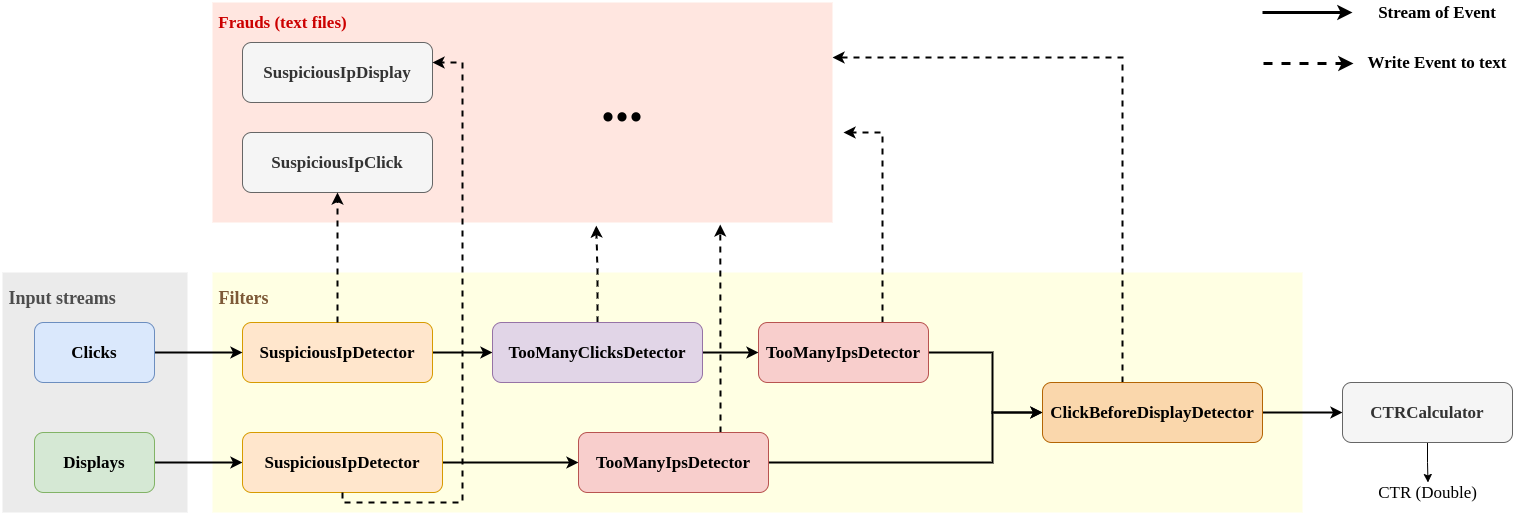
IsraMekki/ClickFraudDetection keeps this draw.io diagram as test_results/CFD.png. Above is the earlier version. Source tidied: cells renumbered, new cells last; positions are measured from the earlier drawing's top-left corner, leaving out a move shared by most shapes. Its diagram source:
```xml
<mxGraphModel>
  <root>
    <mxCell id="0" />
    <mxCell id="1" parent="0" />
    <mxCell id="2" value="&lt;div&gt;&lt;span&gt;&lt;font style=&quot;font-size: 18px&quot; color=&quot;#7d5937&quot;&gt;&amp;nbsp;Filters&lt;/font&gt;&lt;/span&gt;&lt;/div&gt;&lt;div&gt;&lt;span&gt;&lt;font style=&quot;font-size: 18px&quot; color=&quot;#7d5937&quot;&gt;&lt;br&gt;&lt;/font&gt;&lt;/span&gt;&lt;/div&gt;&lt;div&gt;&lt;span&gt;&lt;font style=&quot;font-size: 18px&quot; color=&quot;#7d5937&quot;&gt;&lt;br&gt;&lt;/font&gt;&lt;/span&gt;&lt;/div&gt;&lt;div&gt;&lt;span&gt;&lt;font style=&quot;font-size: 18px&quot; color=&quot;#7d5937&quot;&gt;&lt;br&gt;&lt;/font&gt;&lt;/span&gt;&lt;/div&gt;&lt;div&gt;&lt;span&gt;&lt;font style=&quot;font-size: 18px&quot; color=&quot;#7d5937&quot;&gt;&lt;br&gt;&lt;/font&gt;&lt;/span&gt;&lt;/div&gt;&lt;div&gt;&lt;span&gt;&lt;font style=&quot;font-size: 18px&quot; color=&quot;#7d5937&quot;&gt;&lt;br&gt;&lt;/font&gt;&lt;/span&gt;&lt;/div&gt;&lt;div&gt;&lt;span&gt;&lt;font style=&quot;font-size: 18px&quot; color=&quot;#7d5937&quot;&gt;&lt;br&gt;&lt;/font&gt;&lt;/span&gt;&lt;/div&gt;&lt;div&gt;&lt;span&gt;&lt;font style=&quot;font-size: 18px&quot; color=&quot;#7d5937&quot;&gt;&lt;br&gt;&lt;/font&gt;&lt;/span&gt;&lt;/div&gt;&lt;div&gt;&lt;span&gt;&lt;font style=&quot;font-size: 18px&quot; color=&quot;#7d5937&quot;&gt;&lt;br&gt;&lt;/font&gt;&lt;/span&gt;&lt;/div&gt;&lt;div&gt;&lt;br&gt;&lt;/div&gt;" style="rounded=0;whiteSpace=wrap;html=1;fontFamily=Garamond;fontSize=17;dashed=1;strokeWidth=5;align=left;fontStyle=1;strokeColor=none;fillColor=#FFFFE3;" parent="1" vertex="1">
      <mxGeometry x="210" y="270" width="1090" height="240" as="geometry" />
    </mxCell>
    <mxCell id="3" value="&lt;div&gt;&lt;span&gt;&lt;font style=&quot;font-size: 18px&quot; color=&quot;#4d4d4d&quot;&gt;&amp;nbsp;Input streams&lt;/font&gt;&lt;/span&gt;&lt;/div&gt;&lt;div&gt;&lt;span&gt;&lt;font style=&quot;font-size: 18px&quot; color=&quot;#4d4d4d&quot;&gt;&lt;br&gt;&lt;/font&gt;&lt;/span&gt;&lt;/div&gt;&lt;div&gt;&lt;span&gt;&lt;font style=&quot;font-size: 18px&quot; color=&quot;#4d4d4d&quot;&gt;&lt;br&gt;&lt;/font&gt;&lt;/span&gt;&lt;/div&gt;&lt;div&gt;&lt;span&gt;&lt;font style=&quot;font-size: 18px&quot; color=&quot;#4d4d4d&quot;&gt;&lt;br&gt;&lt;/font&gt;&lt;/span&gt;&lt;/div&gt;&lt;div&gt;&lt;span&gt;&lt;font style=&quot;font-size: 18px&quot; color=&quot;#4d4d4d&quot;&gt;&lt;br&gt;&lt;/font&gt;&lt;/span&gt;&lt;/div&gt;&lt;div&gt;&lt;span&gt;&lt;font style=&quot;font-size: 18px&quot; color=&quot;#4d4d4d&quot;&gt;&lt;br&gt;&lt;/font&gt;&lt;/span&gt;&lt;/div&gt;&lt;div&gt;&lt;span&gt;&lt;font style=&quot;font-size: 18px&quot; color=&quot;#4d4d4d&quot;&gt;&lt;br&gt;&lt;/font&gt;&lt;/span&gt;&lt;/div&gt;&lt;div&gt;&lt;span&gt;&lt;font style=&quot;font-size: 18px&quot; color=&quot;#4d4d4d&quot;&gt;&lt;br&gt;&lt;/font&gt;&lt;/span&gt;&lt;/div&gt;&lt;div&gt;&lt;span&gt;&lt;font style=&quot;font-size: 18px&quot; color=&quot;#4d4d4d&quot;&gt;&lt;br&gt;&lt;/font&gt;&lt;/span&gt;&lt;/div&gt;&lt;div&gt;&lt;br&gt;&lt;/div&gt;" style="rounded=0;whiteSpace=wrap;html=1;fontFamily=Garamond;fontSize=17;dashed=1;fillColor=#EBEBEB;strokeWidth=5;align=left;fontStyle=1;strokeColor=none;" parent="1" vertex="1">
      <mxGeometry y="270" width="185" height="240" as="geometry" />
    </mxCell>
    <mxCell id="4" style="edgeStyle=orthogonalEdgeStyle;rounded=0;jettySize=auto;html=1;fontSize=17;fontFamily=Garamond;strokeWidth=2;fontStyle=1;" parent="1" edge="1" source="5" target="8">
      <mxGeometry relative="1" as="geometry" />
    </mxCell>
    <mxCell id="5" value="SuspiciousIpDetector" style="rounded=1;whiteSpace=wrap;html=1;fontSize=17;fontFamily=Garamond;fillColor=#ffe6cc;strokeColor=#d79b00;fontStyle=1;" parent="1" vertex="1">
      <mxGeometry x="240" y="320" width="190" height="60" as="geometry" />
    </mxCell>
    <mxCell id="6" style="edgeStyle=orthogonalEdgeStyle;rounded=0;jettySize=auto;html=1;exitX=1;exitY=0.5;exitDx=0;exitDy=0;fontSize=17;fontFamily=Garamond;strokeWidth=2;fontStyle=1;" parent="1" edge="1" source="8" target="11">
      <mxGeometry relative="1" as="geometry" />
    </mxCell>
    <mxCell id="7" style="edgeStyle=orthogonalEdgeStyle;rounded=0;jettySize=auto;html=1;entryX=0.619;entryY=1.014;entryDx=0;entryDy=0;entryPerimeter=0;dashed=1;fontFamily=Garamond;fontSize=17;strokeWidth=2;fontStyle=1;" parent="1" edge="1" source="8" target="26">
      <mxGeometry relative="1" as="geometry" />
    </mxCell>
    <mxCell id="8" value="TooManyClicksDetector" style="rounded=1;whiteSpace=wrap;html=1;fontSize=17;fontFamily=Garamond;fillColor=#e1d5e7;strokeColor=#9673a6;fontStyle=1;" parent="1" vertex="1">
      <mxGeometry x="490" y="320" width="210" height="60" as="geometry" />
    </mxCell>
    <mxCell id="9" style="edgeStyle=orthogonalEdgeStyle;rounded=0;jettySize=auto;html=1;entryX=0;entryY=0.5;entryDx=0;entryDy=0;fontSize=17;fontFamily=Garamond;strokeWidth=2;fontStyle=1;" parent="1" edge="1" source="11" target="14">
      <mxGeometry relative="1" as="geometry">
        <Array as="points">
          <mxPoint x="990" y="350" />
          <mxPoint x="990" y="410" />
        </Array>
      </mxGeometry>
    </mxCell>
    <mxCell id="10" style="edgeStyle=orthogonalEdgeStyle;rounded=0;jettySize=auto;html=1;dashed=1;fontFamily=Garamond;fontSize=17;strokeWidth=2;fontStyle=1;" parent="1" edge="1" source="11">
      <mxGeometry relative="1" as="geometry">
        <mxPoint x="841" y="130" as="targetPoint" />
        <Array as="points">
          <mxPoint x="880" y="130" />
        </Array>
      </mxGeometry>
    </mxCell>
    <mxCell id="11" value="TooManyIpsDetector" style="rounded=1;whiteSpace=wrap;html=1;fontSize=17;fontFamily=Garamond;fillColor=#f8cecc;strokeColor=#b85450;fontStyle=1;" parent="1" vertex="1">
      <mxGeometry x="756" y="320" width="170" height="60" as="geometry" />
    </mxCell>
    <mxCell id="12" style="edgeStyle=orthogonalEdgeStyle;rounded=0;jettySize=auto;html=1;entryX=0;entryY=0.5;entryDx=0;entryDy=0;fontSize=17;fontFamily=Garamond;fontStyle=1;strokeWidth=2;" parent="1" edge="1" source="14" target="25">
      <mxGeometry relative="1" as="geometry" />
    </mxCell>
    <mxCell id="13" style="edgeStyle=orthogonalEdgeStyle;rounded=0;jettySize=auto;html=1;entryX=1;entryY=0.25;entryDx=0;entryDy=0;dashed=1;fontFamily=Garamond;fontSize=17;strokeWidth=2;fontStyle=1;" parent="1" edge="1" source="14" target="26">
      <mxGeometry relative="1" as="geometry">
        <Array as="points">
          <mxPoint x="1120" y="55" />
        </Array>
      </mxGeometry>
    </mxCell>
    <mxCell id="14" value="ClickBeforeDisplayDetector" style="rounded=1;whiteSpace=wrap;html=1;fontSize=17;fontFamily=Garamond;fillColor=#fad7ac;strokeColor=#b46504;fontStyle=1;" parent="1" vertex="1">
      <mxGeometry x="1040" y="380" width="220" height="60" as="geometry" />
    </mxCell>
    <mxCell id="15" style="edgeStyle=orthogonalEdgeStyle;rounded=0;jettySize=auto;html=1;fontSize=17;fontFamily=Garamond;strokeWidth=2;fontStyle=1;" parent="1" edge="1" source="16" target="5">
      <mxGeometry relative="1" as="geometry" />
    </mxCell>
    <mxCell id="16" value="Clicks" style="rounded=1;whiteSpace=wrap;html=1;fontSize=17;fontFamily=Garamond;fillColor=#dae8fc;strokeColor=#6c8ebf;fontStyle=1;" parent="1" vertex="1">
      <mxGeometry x="32" y="320" width="120" height="60" as="geometry" />
    </mxCell>
    <mxCell id="17" style="edgeStyle=orthogonalEdgeStyle;rounded=0;jettySize=auto;html=1;fontSize=17;fontFamily=Garamond;strokeWidth=2;fontStyle=1;" parent="1" edge="1" source="18" target="20">
      <mxGeometry relative="1" as="geometry" />
    </mxCell>
    <mxCell id="18" value="Displays" style="rounded=1;whiteSpace=wrap;html=1;fontSize=17;fontFamily=Garamond;fillColor=#d5e8d4;strokeColor=#82b366;fontStyle=1;" parent="1" vertex="1">
      <mxGeometry x="32" y="430" width="120" height="60" as="geometry" />
    </mxCell>
    <mxCell id="19" style="edgeStyle=orthogonalEdgeStyle;rounded=0;jettySize=auto;html=1;entryX=0;entryY=0.5;entryDx=0;entryDy=0;fontFamily=Garamond;fontSize=17;strokeWidth=2;fontStyle=1;" parent="1" edge="1" source="20" target="23">
      <mxGeometry relative="1" as="geometry" />
    </mxCell>
    <mxCell id="20" value="SuspiciousIpDetector" style="rounded=1;whiteSpace=wrap;html=1;fontSize=17;fontFamily=Garamond;fillColor=#ffe6cc;strokeColor=#d79b00;fontStyle=1;" parent="1" vertex="1">
      <mxGeometry x="240" y="430" width="200" height="60" as="geometry" />
    </mxCell>
    <mxCell id="21" style="edgeStyle=orthogonalEdgeStyle;rounded=0;jettySize=auto;html=1;fontFamily=Garamond;fontSize=17;strokeWidth=2;fontStyle=1;" parent="1" edge="1" source="23" target="14">
      <mxGeometry relative="1" as="geometry">
        <Array as="points">
          <mxPoint x="990" y="460" />
          <mxPoint x="990" y="410" />
        </Array>
      </mxGeometry>
    </mxCell>
    <mxCell id="22" style="edgeStyle=orthogonalEdgeStyle;rounded=0;jettySize=auto;html=1;entryX=0.819;entryY=1.009;entryDx=0;entryDy=0;entryPerimeter=0;dashed=1;fontFamily=Garamond;fontSize=17;strokeWidth=2;fontStyle=1;" parent="1" edge="1" source="23" target="26">
      <mxGeometry relative="1" as="geometry">
        <Array as="points">
          <mxPoint x="718" y="380" />
          <mxPoint x="718" y="380" />
        </Array>
      </mxGeometry>
    </mxCell>
    <mxCell id="23" value="TooManyIpsDetector" style="rounded=1;whiteSpace=wrap;html=1;fontSize=17;fontFamily=Garamond;fillColor=#f8cecc;strokeColor=#b85450;fontStyle=1;" parent="1" vertex="1">
      <mxGeometry x="576" y="430" width="190" height="60" as="geometry" />
    </mxCell>
    <mxCell id="24" style="edgeStyle=orthogonalEdgeStyle;rounded=0;jettySize=auto;html=1;entryX=0.5;entryY=0;entryDx=0;entryDy=0;fontFamily=Garamond;fontSize=17;strokeWidth=1;" parent="1" edge="1" source="25" target="32">
      <mxGeometry relative="1" as="geometry" />
    </mxCell>
    <mxCell id="25" value="CTRCalculator" style="rounded=1;whiteSpace=wrap;html=1;fontSize=17;fontFamily=Garamond;fillColor=#f5f5f5;strokeColor=#666666;fontColor=#333333;fontStyle=1;" parent="1" vertex="1">
      <mxGeometry x="1340" y="380" width="170" height="60" as="geometry" />
    </mxCell>
    <mxCell id="26" value="&lt;span&gt;&lt;font color=&quot;#cc0000&quot;&gt;&amp;nbsp;Frauds (text files)&lt;br&gt;&lt;br&gt;&lt;br&gt;&lt;br&gt;&lt;br&gt;&lt;br&gt;&lt;br&gt;&lt;br&gt;&lt;br&gt;&amp;nbsp;&lt;br&gt;&lt;/font&gt;&lt;/span&gt;" style="rounded=0;whiteSpace=wrap;html=1;dashed=1;fontFamily=Garamond;fontSize=17;strokeWidth=5;align=left;fontStyle=1;strokeColor=none;fillColor=#FFE6E0;" parent="1" vertex="1">
      <mxGeometry x="210" width="620" height="220" as="geometry" />
    </mxCell>
    <mxCell id="27" value="SuspiciousIpClick" style="rounded=1;whiteSpace=wrap;html=1;fontSize=17;fontFamily=Garamond;fillColor=#f5f5f5;strokeColor=#666666;fontColor=#333333;fontStyle=1;" parent="1" vertex="1">
      <mxGeometry x="240" y="130" width="190" height="60" as="geometry" />
    </mxCell>
    <mxCell id="28" value="SuspiciousIpDisplay" style="rounded=1;whiteSpace=wrap;html=1;fontSize=17;fontFamily=Garamond;fillColor=#f5f5f5;strokeColor=#666666;fontColor=#333333;fontStyle=1;" parent="1" vertex="1">
      <mxGeometry x="240" y="40" width="190" height="60" as="geometry" />
    </mxCell>
    <mxCell id="29" style="edgeStyle=orthogonalEdgeStyle;rounded=0;jettySize=auto;html=1;dashed=1;fontFamily=Garamond;fontSize=17;strokeWidth=2;fontStyle=1;" parent="1" edge="1" source="20" target="28">
      <mxGeometry relative="1" as="geometry">
        <Array as="points">
          <mxPoint x="340" y="500" />
          <mxPoint x="460" y="500" />
          <mxPoint x="460" y="60" />
        </Array>
      </mxGeometry>
    </mxCell>
    <mxCell id="30" style="edgeStyle=orthogonalEdgeStyle;rounded=0;jettySize=auto;html=1;dashed=1;fontFamily=Garamond;fontSize=17;strokeWidth=2;fontStyle=1;" parent="1" edge="1" source="5" target="27">
      <mxGeometry relative="1" as="geometry" />
    </mxCell>
    <mxCell id="31" value="&lt;font style=&quot;font-size: 56px&quot;&gt;...&lt;/font&gt;" style="text;html=1;strokeColor=none;fillColor=none;align=center;verticalAlign=middle;whiteSpace=wrap;rounded=0;dashed=1;fontFamily=Garamond;fontSize=17;fontStyle=1;" parent="1" vertex="1">
      <mxGeometry x="600" y="90" width="40" height="20" as="geometry" />
    </mxCell>
    <mxCell id="32" value="CTR (Double)" style="text;html=1;strokeColor=none;fillColor=none;align=center;verticalAlign=middle;whiteSpace=wrap;rounded=0;dashed=1;fontFamily=Garamond;fontSize=17;" parent="1" vertex="1">
      <mxGeometry x="1358" y="480" width="135" height="20" as="geometry" />
    </mxCell>
    <mxCell id="33" style="edgeStyle=orthogonalEdgeStyle;rounded=0;orthogonalLoop=1;jettySize=auto;html=1;fontSize=17;fontFamily=Garamond;strokeWidth=3;fontStyle=1;" parent="1" edge="1">
      <mxGeometry relative="1" as="geometry">
        <mxPoint x="1260" y="10" as="sourcePoint" />
        <mxPoint x="1350" y="10" as="targetPoint" />
        <Array as="points">
          <mxPoint x="1280" y="10" />
          <mxPoint x="1280" y="10" />
        </Array>
      </mxGeometry>
    </mxCell>
    <mxCell id="34" style="edgeStyle=orthogonalEdgeStyle;rounded=0;orthogonalLoop=1;jettySize=auto;html=1;fontSize=17;fontFamily=Garamond;strokeWidth=3;fontStyle=1;dashed=1;" parent="1" edge="1">
      <mxGeometry relative="1" as="geometry">
        <mxPoint x="1261" y="61" as="sourcePoint" />
        <mxPoint x="1351" y="61" as="targetPoint" />
        <Array as="points">
          <mxPoint x="1281" y="61" />
          <mxPoint x="1281" y="61" />
        </Array>
      </mxGeometry>
    </mxCell>
    <mxCell id="35" value="&lt;b&gt;Stream of Event&lt;/b&gt;" style="text;html=1;strokeColor=none;fillColor=none;align=center;verticalAlign=middle;whiteSpace=wrap;rounded=0;dashed=1;fontFamily=Garamond;fontSize=17;" parent="1" vertex="1">
      <mxGeometry x="1360" width="150" height="20" as="geometry" />
    </mxCell>
    <mxCell id="36" value="&lt;b&gt;Write Event to text&lt;/b&gt;" style="text;html=1;strokeColor=none;fillColor=none;align=center;verticalAlign=middle;whiteSpace=wrap;rounded=0;dashed=1;fontFamily=Garamond;fontSize=17;" parent="1" vertex="1">
      <mxGeometry x="1360" y="50" width="150" height="20" as="geometry" />
    </mxCell>
  </root>
</mxGraphModel>
```
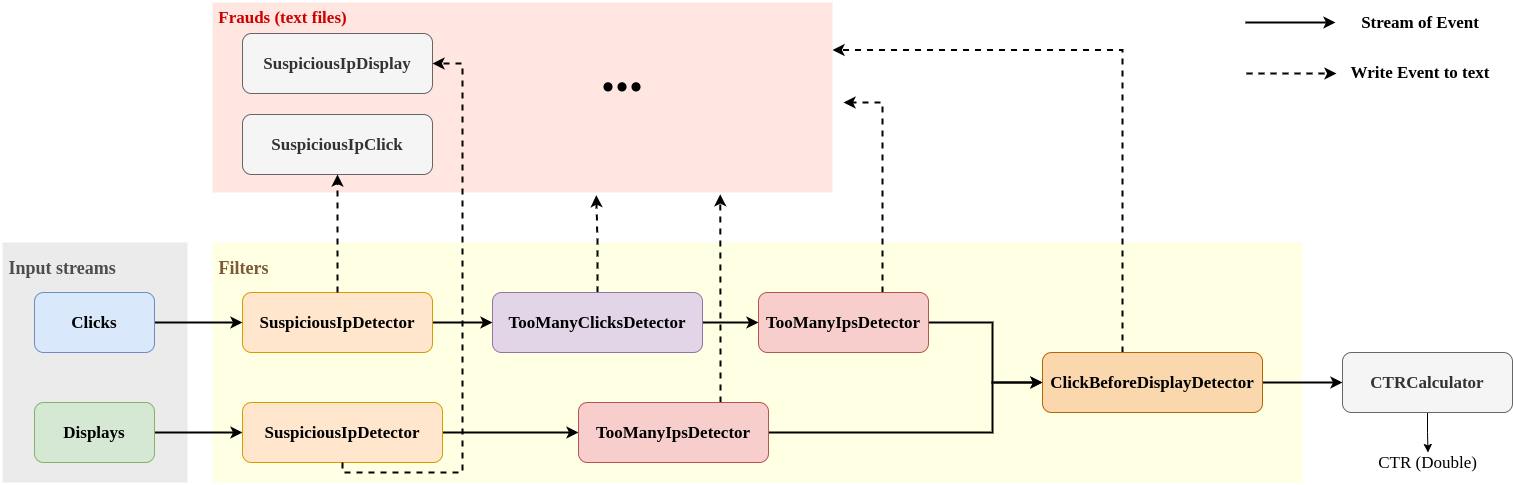
After the commit.

The edit, as a diff of the source:
```diff
@@ -45,10 +45,10 @@
     <mxCell id="12" style="edgeStyle=orthogonalEdgeStyle;rounded=0;jettySize=auto;html=1;entryX=0;entryY=0.5;entryDx=0;entryDy=0;fontSize=17;fontFamily=Garamond;fontStyle=1;strokeWidth=2;" parent="1" edge="1" source="14" target="25">
       <mxGeometry relative="1" as="geometry" />
     </mxCell>
-    <mxCell id="13" style="edgeStyle=orthogonalEdgeStyle;rounded=0;jettySize=auto;html=1;entryX=1;entryY=0.25;entryDx=0;entryDy=0;dashed=1;fontFamily=Garamond;fontSize=17;strokeWidth=2;fontStyle=1;" parent="1" edge="1" source="14" target="26">
+    <mxCell id="13" style="edgeStyle=orthogonalEdgeStyle;rounded=0;jettySize=auto;html=1;entryX=1;entryY=0.25;entryDx=0;entryDy=0;dashed=1;fontFamily=Garamond;fontSize=17;strokeWidth=2;" parent="1" edge="1" source="14" target="26">
       <mxGeometry relative="1" as="geometry">
         <Array as="points">
-          <mxPoint x="1120" y="55" />
+          <mxPoint x="1120" y="77" />
         </Array>
       </mxGeometry>
     </mxCell>
@@ -98,21 +98,21 @@
     <mxCell id="25" value="CTRCalculator" style="rounded=1;whiteSpace=wrap;html=1;fontSize=17;fontFamily=Garamond;fillColor=#f5f5f5;strokeColor=#666666;fontColor=#333333;fontStyle=1;" parent="1" vertex="1">
       <mxGeometry x="1340" y="380" width="170" height="60" as="geometry" />
     </mxCell>
-    <mxCell id="26" value="&lt;span&gt;&lt;font color=&quot;#cc0000&quot;&gt;&amp;nbsp;Frauds (text files)&lt;br&gt;&lt;br&gt;&lt;br&gt;&lt;br&gt;&lt;br&gt;&lt;br&gt;&lt;br&gt;&lt;br&gt;&lt;br&gt;&amp;nbsp;&lt;br&gt;&lt;/font&gt;&lt;/span&gt;" style="rounded=0;whiteSpace=wrap;html=1;dashed=1;fontFamily=Garamond;fontSize=17;strokeWidth=5;align=left;fontStyle=1;strokeColor=none;fillColor=#FFE6E0;" parent="1" vertex="1">
-      <mxGeometry x="210" width="620" height="220" as="geometry" />
+    <mxCell id="26" value="&lt;span&gt;&lt;font color=&quot;#cc0000&quot;&gt;&amp;nbsp;Frauds (text files)&lt;br&gt;&lt;br&gt;&lt;br&gt;&lt;br&gt;&lt;br&gt;&lt;br&gt;&lt;br&gt;&lt;br&gt;&lt;br&gt;&lt;/font&gt;&lt;/span&gt;" style="rounded=0;whiteSpace=wrap;html=1;dashed=1;fontFamily=Garamond;fontSize=17;strokeWidth=5;align=left;fontStyle=1;strokeColor=none;fillColor=#FFE6E0;" parent="1" vertex="1">
+      <mxGeometry x="210" y="30" width="620" height="190" as="geometry" />
     </mxCell>
     <mxCell id="27" value="SuspiciousIpClick" style="rounded=1;whiteSpace=wrap;html=1;fontSize=17;fontFamily=Garamond;fillColor=#f5f5f5;strokeColor=#666666;fontColor=#333333;fontStyle=1;" parent="1" vertex="1">
-      <mxGeometry x="240" y="130" width="190" height="60" as="geometry" />
+      <mxGeometry x="240" y="142" width="190" height="60" as="geometry" />
     </mxCell>
     <mxCell id="28" value="SuspiciousIpDisplay" style="rounded=1;whiteSpace=wrap;html=1;fontSize=17;fontFamily=Garamond;fillColor=#f5f5f5;strokeColor=#666666;fontColor=#333333;fontStyle=1;" parent="1" vertex="1">
-      <mxGeometry x="240" y="40" width="190" height="60" as="geometry" />
+      <mxGeometry x="240" y="61" width="190" height="60" as="geometry" />
     </mxCell>
     <mxCell id="29" style="edgeStyle=orthogonalEdgeStyle;rounded=0;jettySize=auto;html=1;dashed=1;fontFamily=Garamond;fontSize=17;strokeWidth=2;fontStyle=1;" parent="1" edge="1" source="20" target="28">
       <mxGeometry relative="1" as="geometry">
         <Array as="points">
           <mxPoint x="340" y="500" />
           <mxPoint x="460" y="500" />
-          <mxPoint x="460" y="60" />
+          <mxPoint x="460" y="91" />
         </Array>
       </mxGeometry>
     </mxCell>
@@ -125,31 +125,31 @@
     <mxCell id="32" value="CTR (Double)" style="text;html=1;strokeColor=none;fillColor=none;align=center;verticalAlign=middle;whiteSpace=wrap;rounded=0;dashed=1;fontFamily=Garamond;fontSize=17;" parent="1" vertex="1">
       <mxGeometry x="1358" y="480" width="135" height="20" as="geometry" />
     </mxCell>
-    <mxCell id="33" style="edgeStyle=orthogonalEdgeStyle;rounded=0;orthogonalLoop=1;jettySize=auto;html=1;fontSize=17;fontFamily=Garamond;strokeWidth=3;fontStyle=1;" parent="1" edge="1">
+    <mxCell id="33" style="edgeStyle=orthogonalEdgeStyle;rounded=0;orthogonalLoop=1;jettySize=auto;html=1;fontSize=17;fontFamily=Garamond;strokeWidth=2;fontStyle=1;" parent="1" edge="1">
       <mxGeometry relative="1" as="geometry">
-        <mxPoint x="1260" y="10" as="sourcePoint" />
-        <mxPoint x="1350" y="10" as="targetPoint" />
+        <mxPoint x="1243" y="50" as="sourcePoint" />
+        <mxPoint x="1333" y="50" as="targetPoint" />
         <Array as="points">
-          <mxPoint x="1280" y="10" />
-          <mxPoint x="1280" y="10" />
+          <mxPoint x="1263" y="50" />
+          <mxPoint x="1263" y="50" />
         </Array>
       </mxGeometry>
     </mxCell>
-    <mxCell id="34" style="edgeStyle=orthogonalEdgeStyle;rounded=0;orthogonalLoop=1;jettySize=auto;html=1;fontSize=17;fontFamily=Garamond;strokeWidth=3;fontStyle=1;dashed=1;" parent="1" edge="1">
+    <mxCell id="34" style="edgeStyle=orthogonalEdgeStyle;rounded=0;orthogonalLoop=1;jettySize=auto;html=1;fontSize=17;fontFamily=Garamond;strokeWidth=2;fontStyle=1;dashed=1;" parent="1" edge="1">
       <mxGeometry relative="1" as="geometry">
-        <mxPoint x="1261" y="61" as="sourcePoint" />
-        <mxPoint x="1351" y="61" as="targetPoint" />
+        <mxPoint x="1244" y="101" as="sourcePoint" />
+        <mxPoint x="1334" y="101" as="targetPoint" />
         <Array as="points">
-          <mxPoint x="1281" y="61" />
-          <mxPoint x="1281" y="61" />
+          <mxPoint x="1264" y="101" />
+          <mxPoint x="1264" y="101" />
         </Array>
       </mxGeometry>
     </mxCell>
     <mxCell id="35" value="&lt;b&gt;Stream of Event&lt;/b&gt;" style="text;html=1;strokeColor=none;fillColor=none;align=center;verticalAlign=middle;whiteSpace=wrap;rounded=0;dashed=1;fontFamily=Garamond;fontSize=17;" parent="1" vertex="1">
-      <mxGeometry x="1360" width="150" height="20" as="geometry" />
+      <mxGeometry x="1343" y="40" width="150" height="20" as="geometry" />
     </mxCell>
     <mxCell id="36" value="&lt;b&gt;Write Event to text&lt;/b&gt;" style="text;html=1;strokeColor=none;fillColor=none;align=center;verticalAlign=middle;whiteSpace=wrap;rounded=0;dashed=1;fontFamily=Garamond;fontSize=17;" parent="1" vertex="1">
-      <mxGeometry x="1360" y="50" width="150" height="20" as="geometry" />
+      <mxGeometry x="1343" y="90" width="150" height="20" as="geometry" />
     </mxCell>
   </root>
 </mxGraphModel>
```
